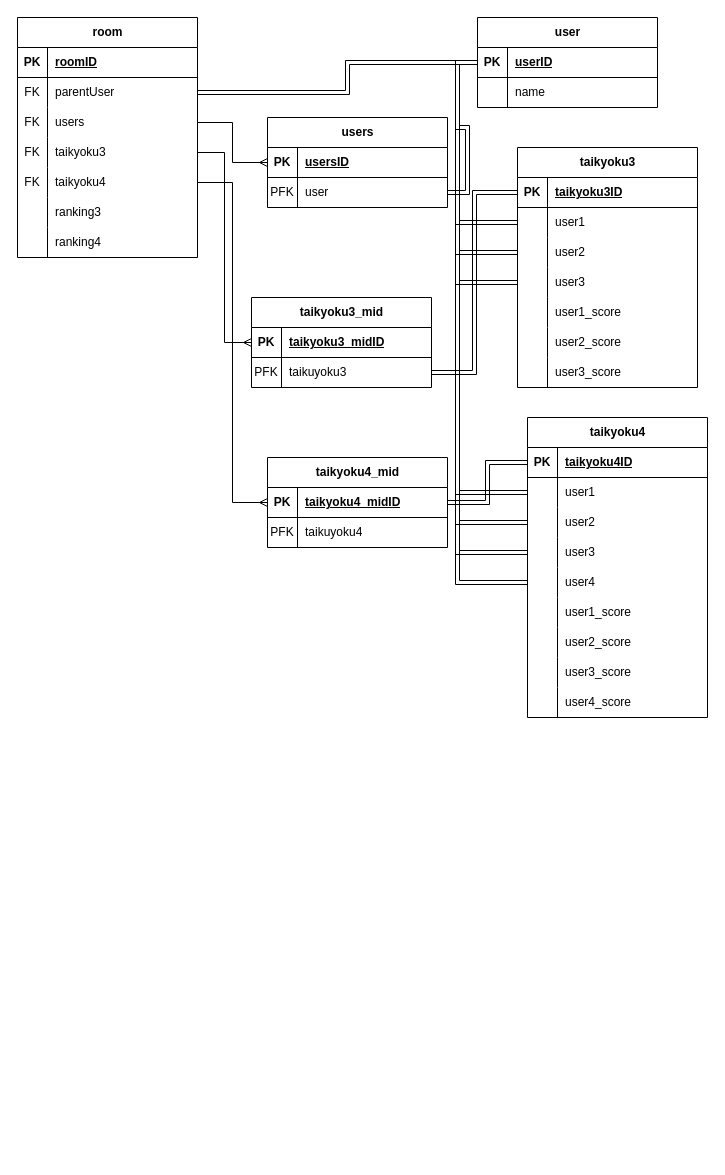
This is PungPals_ER.drawio from kechigon/PungPals, a draw.io file, before an edit. Source tidied: cells renumbered, new cells numbered last; positions are measured from the earlier drawing's top-left corner, leaving out a move shared by most shapes. Both pictures are drawn from the tidied source at 100%, with x=0, y=0 at pixel (17, 17).
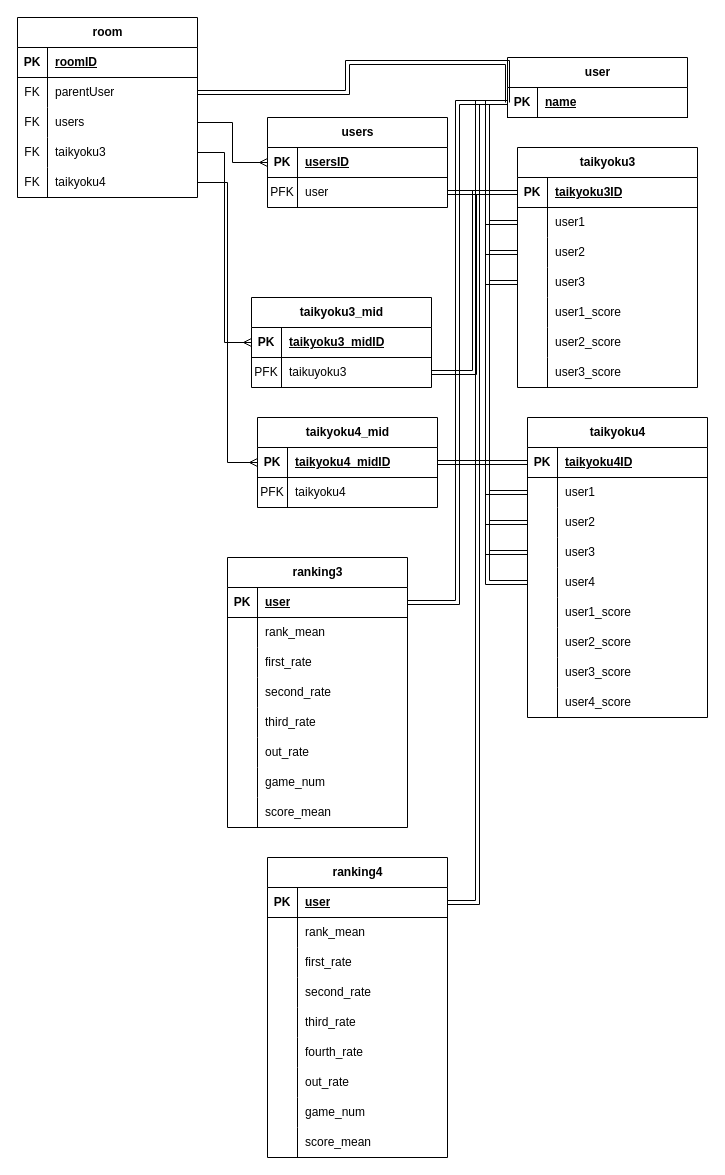
Above is the later version.

Commit message (it also covers changes not shown here):
PungPals_ER.drawio を更新します

The change refers to these unchanged cells:
```xml
<mxCell id="54" style="shape=tableRow;horizontal=0;startSize=0;swimlaneHead=0;swimlaneBody=0;fillColor=none;points=[[0,0.5],[1,0.5]];portConstraint=eastwest;top=0;left=0;right=0;bottom=1;" parent="53" vertex="1">
  <mxGeometry y="30" width="180" height="30" as="geometry" />
</mxCell>
<mxCell id="76" style="shape=tableRow;horizontal=0;startSize=0;swimlaneHead=0;swimlaneBody=0;fillColor=none;top=0;left=0;right=0;bottom=0;" parent="72" vertex="1">
  <mxGeometry y="60" width="180" height="30" as="geometry" />
</mxCell>
```

Diff of the diagram source:
```diff
@@
     <mxCell id="2" value="room" style="shape=table;startSize=30;childLayout=tableLayout;rowLines=0;fontStyle=1;align=center;html=1;" parent="1" vertex="1">
-      <mxGeometry width="180" height="240" as="geometry" />
+      <mxGeometry width="180" height="180" as="geometry" />
     </mxCell>
@@
-    <mxCell id="18" style="shape=tableRow;horizontal=0;startSize=0;swimlaneHead=0;swimlaneBody=0;fillColor=none;top=0;left=0;right=0;bottom=0;" parent="2" vertex="1">
-      <mxGeometry y="180" width="180" height="30" as="geometry" />
-    </mxCell>
-    <mxCell id="19" style="shape=partialRectangle;fillColor=none;top=0;left=0;bottom=0;right=0;overflow=hidden;whiteSpace=wrap;html=1;" parent="18" vertex="1">
-      <mxGeometry width="30" height="30" as="geometry" />
-    </mxCell>
-    <mxCell id="20" value="ranking3" style="shape=partialRectangle;fillColor=none;top=0;left=0;bottom=0;right=0;align=left;spacingLeft=6;overflow=hidden;whiteSpace=wrap;html=1;" parent="18" vertex="1">
-      <mxGeometry x="30" width="150" height="30" as="geometry" />
-    </mxCell>
-    <mxCell id="21" style="shape=tableRow;horizontal=0;startSize=0;swimlaneHead=0;swimlaneBody=0;fillColor=none;top=0;left=0;right=0;bottom=0;" parent="2" vertex="1">
-      <mxGeometry y="210" width="180" height="30" as="geometry" />
-    </mxCell>
-    <mxCell id="22" style="shape=partialRectangle;fillColor=none;top=0;left=0;bottom=0;right=0;overflow=hidden;whiteSpace=wrap;html=1;" parent="21" vertex="1">
-      <mxGeometry width="30" height="30" as="geometry" />
-    </mxCell>
-    <mxCell id="23" value="ranking4" style="shape=partialRectangle;fillColor=none;top=0;left=0;bottom=0;right=0;align=left;spacingLeft=6;overflow=hidden;whiteSpace=wrap;html=1;" parent="21" vertex="1">
-      <mxGeometry x="30" width="150" height="30" as="geometry" />
-    </mxCell>
@@
     <mxCell id="53" value="user" style="shape=table;startSize=30;childLayout=tableLayout;rowLines=0;fontStyle=1;align=center;html=1;" parent="1" vertex="1">
-      <mxGeometry x="460" width="180" height="90" as="geometry" />
+      <mxGeometry x="490" y="40" width="180" height="60" as="geometry" />
     </mxCell>
@@
-    <mxCell id="56" value="userID" style="shape=partialRectangle;fillColor=none;top=0;left=0;bottom=0;right=0;align=left;spacingLeft=6;fontStyle=5;overflow=hidden;whiteSpace=wrap;html=1;" parent="54" vertex="1">
+    <mxCell id="56" value="name" style="shape=partialRectangle;fillColor=none;top=0;left=0;bottom=0;right=0;align=left;spacingLeft=6;fontStyle=5;overflow=hidden;whiteSpace=wrap;html=1;" parent="54" vertex="1">
       <mxGeometry x="30" width="150" height="30" as="geometry" />
     </mxCell>
-    <mxCell id="57" style="shape=tableRow;horizontal=0;startSize=0;swimlaneHead=0;swimlaneBody=0;fillColor=none;top=0;left=0;right=0;bottom=0;" parent="53" vertex="1">
-      <mxGeometry y="60" width="180" height="30" as="geometry" />
-    </mxCell>
-    <mxCell id="58" style="shape=partialRectangle;fillColor=none;top=0;left=0;bottom=0;right=0;overflow=hidden;whiteSpace=wrap;html=1;" parent="57" vertex="1">
-      <mxGeometry width="30" height="30" as="geometry" />
-    </mxCell>
-    <mxCell id="59" value="name" style="shape=partialRectangle;fillColor=none;top=0;left=0;bottom=0;right=0;align=left;spacingLeft=6;overflow=hidden;whiteSpace=wrap;html=1;" parent="57" vertex="1">
-      <mxGeometry x="30" width="150" height="30" as="geometry" />
-    </mxCell>
@@
     <mxCell id="72" value="taikyoku4_mid" style="shape=table;startSize=30;childLayout=tableLayout;rowLines=0;fontStyle=1;align=center;html=1;" parent="1" vertex="1">
-      <mxGeometry x="250" y="440" width="180" height="90" as="geometry" />
+      <mxGeometry x="240" y="400" width="180" height="90" as="geometry" />
     </mxCell>
@@
-    <mxCell id="78" value="taikuyoku4" style="shape=partialRectangle;fillColor=none;top=0;left=0;bottom=0;right=0;align=left;spacingLeft=6;overflow=hidden;whiteSpace=wrap;html=1;" parent="76" vertex="1">
+    <mxCell id="78" value="taikyoku4" style="shape=partialRectangle;fillColor=none;top=0;left=0;bottom=0;right=0;align=left;spacingLeft=6;overflow=hidden;whiteSpace=wrap;html=1;" parent="76" vertex="1">
       <mxGeometry x="30" width="150" height="30" as="geometry" />
     </mxCell>
@@
+    <mxCell id="20" value="ranking3" style="shape=table;startSize=30;childLayout=tableLayout;rowLines=0;fontStyle=1;align=center;html=1;" parent="1" vertex="1">
+      <mxGeometry x="210" y="540" width="180" height="270" as="geometry" />
+    </mxCell>
+    <mxCell id="116" style="shape=tableRow;horizontal=0;startSize=0;swimlaneHead=0;swimlaneBody=0;fillColor=none;points=[[0,0.5],[1,0.5]];portConstraint=eastwest;top=0;left=0;right=0;bottom=1;" parent="20" vertex="1">
+      <mxGeometry y="30" width="180" height="30" as="geometry" />
+    </mxCell>
+    <mxCell id="117" value="PK" style="shape=partialRectangle;fillColor=none;top=0;left=0;bottom=0;right=0;fontStyle=1;overflow=hidden;whiteSpace=wrap;html=1;" parent="116" vertex="1">
+      <mxGeometry width="30" height="30" as="geometry" />
+    </mxCell>
+    <mxCell id="118" value="user" style="shape=partialRectangle;fillColor=none;top=0;left=0;bottom=0;right=0;align=left;spacingLeft=6;fontStyle=5;overflow=hidden;whiteSpace=wrap;html=1;" parent="116" vertex="1">
+      <mxGeometry x="30" width="150" height="30" as="geometry" />
+    </mxCell>
+    <mxCell id="119" style="shape=tableRow;horizontal=0;startSize=0;swimlaneHead=0;swimlaneBody=0;fillColor=none;top=0;left=0;right=0;bottom=0;" parent="20" vertex="1">
+      <mxGeometry y="60" width="180" height="30" as="geometry" />
+    </mxCell>
+    <mxCell id="120" style="shape=partialRectangle;fillColor=none;top=0;left=0;bottom=0;right=0;overflow=hidden;whiteSpace=wrap;html=1;" parent="119" vertex="1">
+      <mxGeometry width="30" height="30" as="geometry" />
+    </mxCell>
+    <mxCell id="121" value="rank_mean" style="shape=partialRectangle;fillColor=none;top=0;left=0;bottom=0;right=0;align=left;spacingLeft=6;overflow=hidden;whiteSpace=wrap;html=1;" parent="119" vertex="1">
+      <mxGeometry x="30" width="150" height="30" as="geometry" />
+    </mxCell>
+    <mxCell id="122" style="shape=tableRow;horizontal=0;startSize=0;swimlaneHead=0;swimlaneBody=0;fillColor=none;top=0;left=0;right=0;bottom=0;" parent="20" vertex="1">
+      <mxGeometry y="90" width="180" height="30" as="geometry" />
+    </mxCell>
+    <mxCell id="123" style="shape=partialRectangle;fillColor=none;top=0;left=0;bottom=0;right=0;overflow=hidden;whiteSpace=wrap;html=1;" parent="122" vertex="1">
+      <mxGeometry width="30" height="30" as="geometry" />
+    </mxCell>
+    <mxCell id="124" value="first_rate" style="shape=partialRectangle;fillColor=none;top=0;left=0;bottom=0;right=0;align=left;spacingLeft=6;overflow=hidden;whiteSpace=wrap;html=1;" parent="122" vertex="1">
+      <mxGeometry x="30" width="150" height="30" as="geometry" />
+    </mxCell>
+    <mxCell id="125" style="shape=tableRow;horizontal=0;startSize=0;swimlaneHead=0;swimlaneBody=0;fillColor=none;top=0;left=0;right=0;bottom=0;" parent="20" vertex="1">
+      <mxGeometry y="120" width="180" height="30" as="geometry" />
+    </mxCell>
+    <mxCell id="126" style="shape=partialRectangle;fillColor=none;top=0;left=0;bottom=0;right=0;overflow=hidden;whiteSpace=wrap;html=1;" parent="125" vertex="1">
+      <mxGeometry width="30" height="30" as="geometry" />
+    </mxCell>
+    <mxCell id="127" value="second_rate" style="shape=partialRectangle;fillColor=none;top=0;left=0;bottom=0;right=0;align=left;spacingLeft=6;overflow=hidden;whiteSpace=wrap;html=1;" parent="125" vertex="1">
+      <mxGeometry x="30" width="150" height="30" as="geometry" />
+    </mxCell>
+    <mxCell id="128" style="shape=tableRow;horizontal=0;startSize=0;swimlaneHead=0;swimlaneBody=0;fillColor=none;top=0;left=0;right=0;bottom=0;" parent="20" vertex="1">
+      <mxGeometry y="150" width="180" height="30" as="geometry" />
+    </mxCell>
+    <mxCell id="129" style="shape=partialRectangle;fillColor=none;top=0;left=0;bottom=0;right=0;overflow=hidden;whiteSpace=wrap;html=1;" parent="128" vertex="1">
+      <mxGeometry width="30" height="30" as="geometry" />
+    </mxCell>
+    <mxCell id="130" value="third_rate" style="shape=partialRectangle;fillColor=none;top=0;left=0;bottom=0;right=0;align=left;spacingLeft=6;overflow=hidden;whiteSpace=wrap;html=1;" parent="128" vertex="1">
+      <mxGeometry x="30" width="150" height="30" as="geometry" />
+    </mxCell>
+    <mxCell id="131" style="shape=tableRow;horizontal=0;startSize=0;swimlaneHead=0;swimlaneBody=0;fillColor=none;top=0;left=0;right=0;bottom=0;" parent="20" vertex="1">
+      <mxGeometry y="180" width="180" height="30" as="geometry" />
+    </mxCell>
+    <mxCell id="132" style="shape=partialRectangle;fillColor=none;top=0;left=0;bottom=0;right=0;overflow=hidden;whiteSpace=wrap;html=1;" parent="131" vertex="1">
+      <mxGeometry width="30" height="30" as="geometry" />
+    </mxCell>
+    <mxCell id="133" value="out_rate" style="shape=partialRectangle;fillColor=none;top=0;left=0;bottom=0;right=0;align=left;spacingLeft=6;overflow=hidden;whiteSpace=wrap;html=1;" parent="131" vertex="1">
+      <mxGeometry x="30" width="150" height="30" as="geometry" />
+    </mxCell>
+    <mxCell id="134" style="shape=tableRow;horizontal=0;startSize=0;swimlaneHead=0;swimlaneBody=0;fillColor=none;top=0;left=0;right=0;bottom=0;" parent="20" vertex="1">
+      <mxGeometry y="210" width="180" height="30" as="geometry" />
+    </mxCell>
+    <mxCell id="135" style="shape=partialRectangle;fillColor=none;top=0;left=0;bottom=0;right=0;overflow=hidden;whiteSpace=wrap;html=1;" parent="134" vertex="1">
+      <mxGeometry width="30" height="30" as="geometry" />
+    </mxCell>
+    <mxCell id="136" value="game_num" style="shape=partialRectangle;fillColor=none;top=0;left=0;bottom=0;right=0;align=left;spacingLeft=6;overflow=hidden;whiteSpace=wrap;html=1;" parent="134" vertex="1">
+      <mxGeometry x="30" width="150" height="30" as="geometry" />
+    </mxCell>
+    <mxCell id="137" style="shape=tableRow;horizontal=0;startSize=0;swimlaneHead=0;swimlaneBody=0;fillColor=none;top=0;left=0;right=0;bottom=0;" parent="20" vertex="1">
+      <mxGeometry y="240" width="180" height="30" as="geometry" />
+    </mxCell>
+    <mxCell id="138" style="shape=partialRectangle;fillColor=none;top=0;left=0;bottom=0;right=0;overflow=hidden;whiteSpace=wrap;html=1;" parent="137" vertex="1">
+      <mxGeometry width="30" height="30" as="geometry" />
+    </mxCell>
+    <mxCell id="139" value="score_mean" style="shape=partialRectangle;fillColor=none;top=0;left=0;bottom=0;right=0;align=left;spacingLeft=6;overflow=hidden;whiteSpace=wrap;html=1;" parent="137" vertex="1">
+      <mxGeometry x="30" width="150" height="30" as="geometry" />
+    </mxCell>
+    <mxCell id="140" style="edgeStyle=orthogonalEdgeStyle;rounded=0;jettySize=auto;html=1;entryX=0;entryY=0.5;entryDx=0;entryDy=0;shape=link;" parent="1" edge="1" source="116" target="54">
+      <mxGeometry relative="1" as="geometry" />
+    </mxCell>
+    <mxCell id="23" value="ranking4" style="shape=table;startSize=30;childLayout=tableLayout;rowLines=0;fontStyle=1;align=center;html=1;" parent="1" vertex="1">
+      <mxGeometry x="250" y="840" width="180" height="300" as="geometry" />
+    </mxCell>
+    <mxCell id="141" style="shape=tableRow;horizontal=0;startSize=0;swimlaneHead=0;swimlaneBody=0;fillColor=none;points=[[0,0.5],[1,0.5]];portConstraint=eastwest;top=0;left=0;right=0;bottom=1;" parent="23" vertex="1">
+      <mxGeometry y="30" width="180" height="30" as="geometry" />
+    </mxCell>
+    <mxCell id="142" value="PK" style="shape=partialRectangle;fillColor=none;top=0;left=0;bottom=0;right=0;fontStyle=1;overflow=hidden;whiteSpace=wrap;html=1;" parent="141" vertex="1">
+      <mxGeometry width="30" height="30" as="geometry" />
+    </mxCell>
+    <mxCell id="143" value="user" style="shape=partialRectangle;fillColor=none;top=0;left=0;bottom=0;right=0;align=left;spacingLeft=6;fontStyle=5;overflow=hidden;whiteSpace=wrap;html=1;" parent="141" vertex="1">
+      <mxGeometry x="30" width="150" height="30" as="geometry" />
+    </mxCell>
+    <mxCell id="144" style="shape=tableRow;horizontal=0;startSize=0;swimlaneHead=0;swimlaneBody=0;fillColor=none;top=0;left=0;right=0;bottom=0;" parent="23" vertex="1">
+      <mxGeometry y="60" width="180" height="30" as="geometry" />
+    </mxCell>
+    <mxCell id="145" style="shape=partialRectangle;fillColor=none;top=0;left=0;bottom=0;right=0;overflow=hidden;whiteSpace=wrap;html=1;" parent="144" vertex="1">
+      <mxGeometry width="30" height="30" as="geometry" />
+    </mxCell>
+    <mxCell id="146" value="rank_mean" style="shape=partialRectangle;fillColor=none;top=0;left=0;bottom=0;right=0;align=left;spacingLeft=6;overflow=hidden;whiteSpace=wrap;html=1;" parent="144" vertex="1">
+      <mxGeometry x="30" width="150" height="30" as="geometry" />
+    </mxCell>
+    <mxCell id="147" style="shape=tableRow;horizontal=0;startSize=0;swimlaneHead=0;swimlaneBody=0;fillColor=none;top=0;left=0;right=0;bottom=0;" parent="23" vertex="1">
+      <mxGeometry y="90" width="180" height="30" as="geometry" />
+    </mxCell>
+    <mxCell id="148" style="shape=partialRectangle;fillColor=none;top=0;left=0;bottom=0;right=0;overflow=hidden;whiteSpace=wrap;html=1;" parent="147" vertex="1">
+      <mxGeometry width="30" height="30" as="geometry" />
+    </mxCell>
+    <mxCell id="149" value="first_rate" style="shape=partialRectangle;fillColor=none;top=0;left=0;bottom=0;right=0;align=left;spacingLeft=6;overflow=hidden;whiteSpace=wrap;html=1;" parent="147" vertex="1">
+      <mxGeometry x="30" width="150" height="30" as="geometry" />
+    </mxCell>
+    <mxCell id="150" style="shape=tableRow;horizontal=0;startSize=0;swimlaneHead=0;swimlaneBody=0;fillColor=none;top=0;left=0;right=0;bottom=0;" parent="23" vertex="1">
+      <mxGeometry y="120" width="180" height="30" as="geometry" />
+    </mxCell>
+    <mxCell id="151" style="shape=partialRectangle;fillColor=none;top=0;left=0;bottom=0;right=0;overflow=hidden;whiteSpace=wrap;html=1;" parent="150" vertex="1">
+      <mxGeometry width="30" height="30" as="geometry" />
+    </mxCell>
+    <mxCell id="152" value="second_rate" style="shape=partialRectangle;fillColor=none;top=0;left=0;bottom=0;right=0;align=left;spacingLeft=6;overflow=hidden;whiteSpace=wrap;html=1;" parent="150" vertex="1">
+      <mxGeometry x="30" width="150" height="30" as="geometry" />
+    </mxCell>
+    <mxCell id="153" style="shape=tableRow;horizontal=0;startSize=0;swimlaneHead=0;swimlaneBody=0;fillColor=none;top=0;left=0;right=0;bottom=0;" parent="23" vertex="1">
+      <mxGeometry y="150" width="180" height="30" as="geometry" />
+    </mxCell>
+    <mxCell id="154" style="shape=partialRectangle;fillColor=none;top=0;left=0;bottom=0;right=0;overflow=hidden;whiteSpace=wrap;html=1;" parent="153" vertex="1">
+      <mxGeometry width="30" height="30" as="geometry" />
+    </mxCell>
+    <mxCell id="155" value="third_rate" style="shape=partialRectangle;fillColor=none;top=0;left=0;bottom=0;right=0;align=left;spacingLeft=6;overflow=hidden;whiteSpace=wrap;html=1;" parent="153" vertex="1">
+      <mxGeometry x="30" width="150" height="30" as="geometry" />
+    </mxCell>
+    <mxCell id="156" style="shape=tableRow;horizontal=0;startSize=0;swimlaneHead=0;swimlaneBody=0;fillColor=none;top=0;left=0;right=0;bottom=0;" parent="23" vertex="1">
+      <mxGeometry y="180" width="180" height="30" as="geometry" />
+    </mxCell>
+    <mxCell id="157" style="shape=partialRectangle;fillColor=none;top=0;left=0;bottom=0;right=0;overflow=hidden;whiteSpace=wrap;html=1;" parent="156" vertex="1">
+      <mxGeometry width="30" height="30" as="geometry" />
+    </mxCell>
+    <mxCell id="158" value="fourth_rate" style="shape=partialRectangle;fillColor=none;top=0;left=0;bottom=0;right=0;align=left;spacingLeft=6;overflow=hidden;whiteSpace=wrap;html=1;" parent="156" vertex="1">
+      <mxGeometry x="30" width="150" height="30" as="geometry" />
+    </mxCell>
+    <mxCell id="159" style="shape=tableRow;horizontal=0;startSize=0;swimlaneHead=0;swimlaneBody=0;fillColor=none;top=0;left=0;right=0;bottom=0;" parent="23" vertex="1">
+      <mxGeometry y="210" width="180" height="30" as="geometry" />
+    </mxCell>
+    <mxCell id="160" style="shape=partialRectangle;fillColor=none;top=0;left=0;bottom=0;right=0;overflow=hidden;whiteSpace=wrap;html=1;" parent="159" vertex="1">
+      <mxGeometry width="30" height="30" as="geometry" />
+    </mxCell>
+    <mxCell id="161" value="out_rate" style="shape=partialRectangle;fillColor=none;top=0;left=0;bottom=0;right=0;align=left;spacingLeft=6;overflow=hidden;whiteSpace=wrap;html=1;" parent="159" vertex="1">
+      <mxGeometry x="30" width="150" height="30" as="geometry" />
+    </mxCell>
+    <mxCell id="162" style="shape=tableRow;horizontal=0;startSize=0;swimlaneHead=0;swimlaneBody=0;fillColor=none;top=0;left=0;right=0;bottom=0;" parent="23" vertex="1">
+      <mxGeometry y="240" width="180" height="30" as="geometry" />
+    </mxCell>
+    <mxCell id="163" style="shape=partialRectangle;fillColor=none;top=0;left=0;bottom=0;right=0;overflow=hidden;whiteSpace=wrap;html=1;" parent="162" vertex="1">
+      <mxGeometry width="30" height="30" as="geometry" />
+    </mxCell>
+    <mxCell id="164" value="game_num" style="shape=partialRectangle;fillColor=none;top=0;left=0;bottom=0;right=0;align=left;spacingLeft=6;overflow=hidden;whiteSpace=wrap;html=1;" parent="162" vertex="1">
+      <mxGeometry x="30" width="150" height="30" as="geometry" />
+    </mxCell>
+    <mxCell id="165" style="shape=tableRow;horizontal=0;startSize=0;swimlaneHead=0;swimlaneBody=0;fillColor=none;top=0;left=0;right=0;bottom=0;" parent="23" vertex="1">
+      <mxGeometry y="270" width="180" height="30" as="geometry" />
+    </mxCell>
+    <mxCell id="166" style="shape=partialRectangle;fillColor=none;top=0;left=0;bottom=0;right=0;overflow=hidden;whiteSpace=wrap;html=1;" parent="165" vertex="1">
+      <mxGeometry width="30" height="30" as="geometry" />
+    </mxCell>
+    <mxCell id="167" value="score_mean" style="shape=partialRectangle;fillColor=none;top=0;left=0;bottom=0;right=0;align=left;spacingLeft=6;overflow=hidden;whiteSpace=wrap;html=1;" parent="165" vertex="1">
+      <mxGeometry x="30" width="150" height="30" as="geometry" />
+    </mxCell>
+    <mxCell id="168" style="edgeStyle=orthogonalEdgeStyle;rounded=0;jettySize=auto;html=1;shape=link;" parent="1" edge="1" source="141" target="54">
+      <mxGeometry relative="1" as="geometry" />
+    </mxCell>
```
